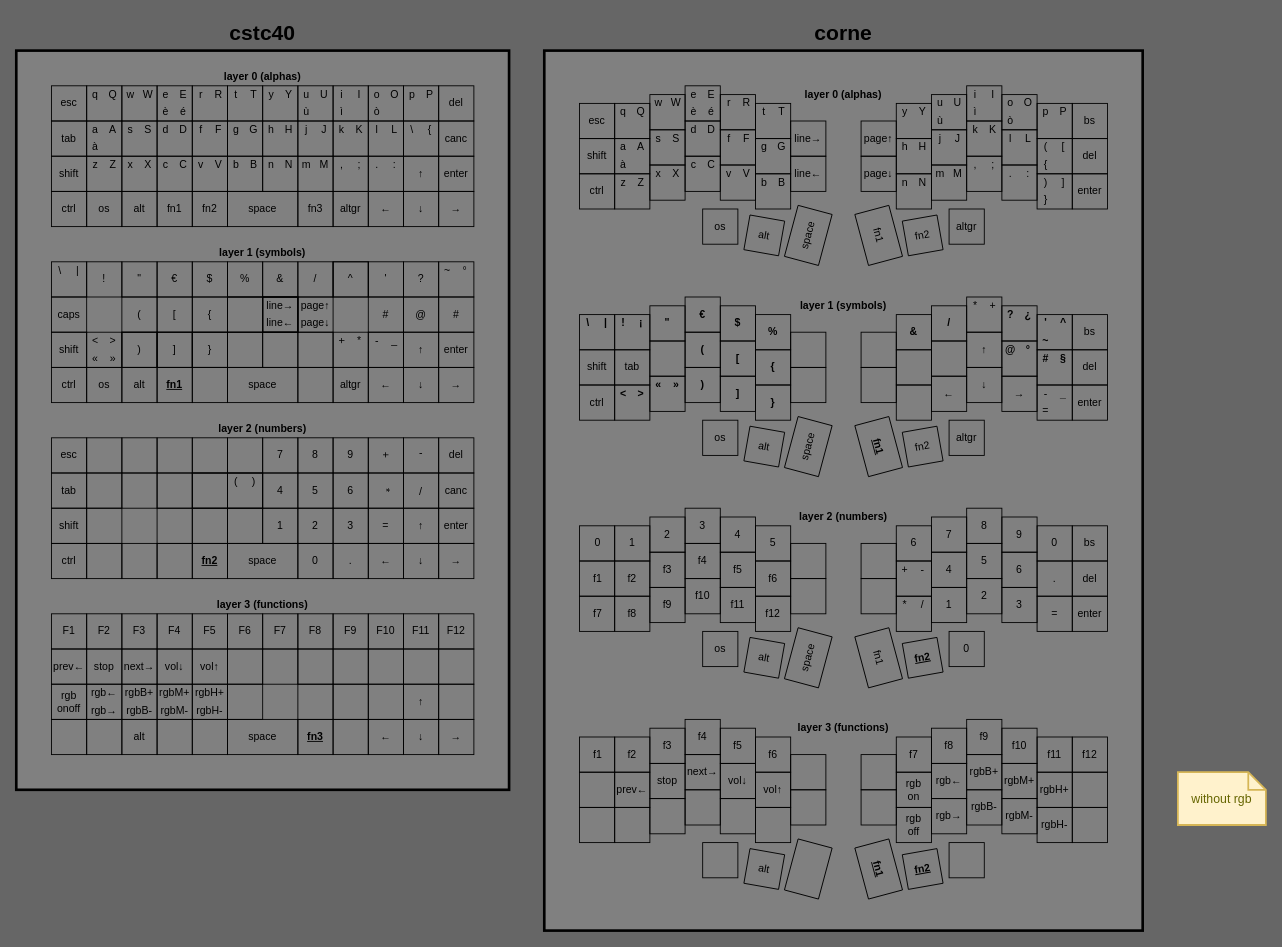
dellarosciagiorgio/crkbd keeps this draw.io diagram as layouts.dio. Above is the earlier version. Source tidied: cells renumbered, new cells numbered last; positions are measured from the earlier drawing's top-left corner, leaving out a move shared by most shapes. Both pictures are drawn from the tidied source at 88%, with x=0, y=0 at pixel (16, 15).
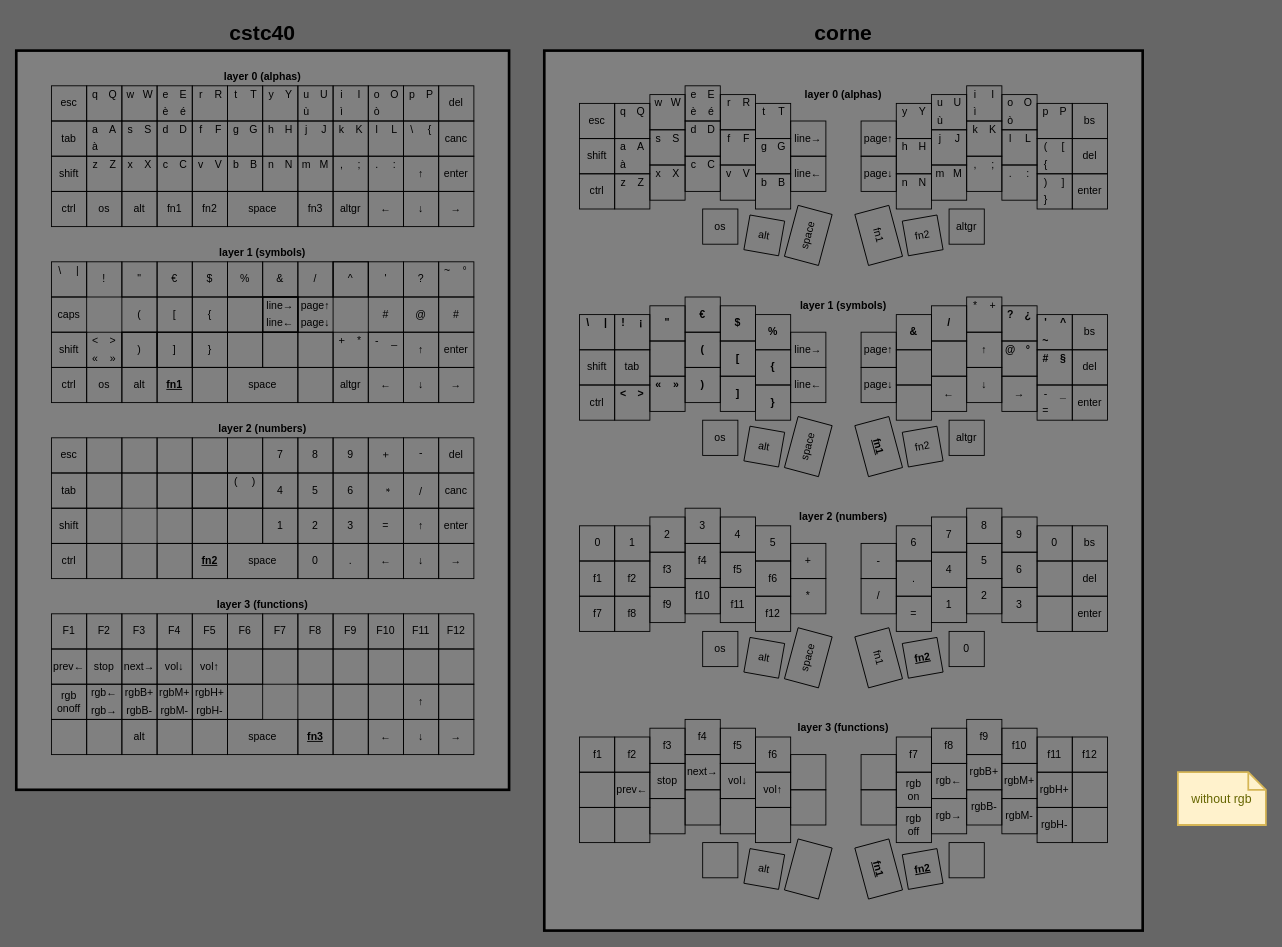
After the change.

The change refers to these unchanged cells:
```xml
<mxCell id="555" style="group;" parent="1" vertex="1">
  <mxGeometry x="600" width="680" height="1040" as="geometry" />
</mxCell>
```

What changed in the source:
```diff
@@
     <mxCell id="894" value="+" style="text;html=1;strokeColor=none;fillColor=none;align=center;verticalAlign=middle;whiteSpace=wrap;rounded=0;strokeWidth=1;fontFamily=Cascadia Code;fontColor=#000000;" parent="555" vertex="1">
-      <mxGeometry x="400" y="620" width="20" height="20" as="geometry" />
+      <mxGeometry x="290" y="610" width="20" height="20" as="geometry" />
     </mxCell>
     <mxCell id="895" value="*" style="text;html=1;strokeColor=none;fillColor=none;align=center;verticalAlign=middle;whiteSpace=wrap;rounded=0;strokeWidth=1;fontFamily=Cascadia Code;fontColor=#000000;" parent="555" vertex="1">
-      <mxGeometry x="400" y="660" width="20" height="20" as="geometry" />
+      <mxGeometry x="290" y="650" width="20" height="20" as="geometry" />
     </mxCell>
     <mxCell id="896" value="-" style="text;html=1;strokeColor=none;fillColor=none;align=center;verticalAlign=middle;whiteSpace=wrap;rounded=0;strokeWidth=1;fontFamily=Cascadia Code;fontColor=#000000;" parent="555" vertex="1">
-      <mxGeometry x="420" y="620" width="20" height="20" as="geometry" />
+      <mxGeometry x="370" y="610" width="20" height="20" as="geometry" />
     </mxCell>
     <mxCell id="897" value="/" style="text;html=1;strokeColor=none;fillColor=none;align=center;verticalAlign=middle;whiteSpace=wrap;rounded=0;strokeWidth=1;fontFamily=Cascadia Code;fontColor=#000000;" parent="555" vertex="1">
-      <mxGeometry x="420" y="660" width="20" height="20" as="geometry" />
+      <mxGeometry x="370" y="650" width="20" height="20" as="geometry" />
     </mxCell>
@@
     <mxCell id="899" value="." style="text;html=1;strokeColor=none;fillColor=none;align=center;verticalAlign=middle;whiteSpace=wrap;rounded=0;strokeWidth=1;fontFamily=Cascadia Code;fontColor=#000000;rotation=0;" parent="555" vertex="1">
-      <mxGeometry x="570" y="630" width="20" height="20" as="geometry" />
+      <mxGeometry x="410" y="630" width="20" height="20" as="geometry" />
     </mxCell>
@@
     <mxCell id="902" value="=" style="text;html=1;strokeColor=none;fillColor=none;align=center;verticalAlign=middle;whiteSpace=wrap;rounded=0;strokeWidth=1;fontFamily=Cascadia Code;fontColor=#000000;" parent="555" vertex="1">
-      <mxGeometry x="570" y="670" width="20" height="20" as="geometry" />
+      <mxGeometry x="410" y="670" width="20" height="20" as="geometry" />
     </mxCell>
@@
+    <mxCell id="955" value="line→" style="text;html=1;strokeColor=none;fillColor=none;align=center;verticalAlign=middle;whiteSpace=wrap;rounded=0;strokeWidth=1;fontFamily=Cascadia Code;fontColor=#000000;" parent="555" vertex="1">
+      <mxGeometry x="290" y="370" width="20" height="20" as="geometry" />
+    </mxCell>
+    <mxCell id="956" value="line←" style="text;html=1;strokeColor=none;fillColor=none;align=center;verticalAlign=middle;whiteSpace=wrap;rounded=0;strokeWidth=1;fontFamily=Cascadia Code;fontColor=#000000;" parent="555" vertex="1">
+      <mxGeometry x="290" y="410" width="20" height="20" as="geometry" />
+    </mxCell>
+    <mxCell id="957" value="page↓" style="text;html=1;strokeColor=none;fillColor=none;align=center;verticalAlign=middle;whiteSpace=wrap;rounded=0;strokeWidth=1;fontFamily=Cascadia Code;fontColor=#000000;" parent="555" vertex="1">
+      <mxGeometry x="370" y="410" width="20" height="20" as="geometry" />
+    </mxCell>
+    <mxCell id="958" value="page↑&lt;br&gt;" style="text;html=1;strokeColor=none;fillColor=none;align=center;verticalAlign=middle;whiteSpace=wrap;rounded=0;strokeWidth=1;fontFamily=Cascadia Code;fontColor=#000000;" parent="555" vertex="1">
+      <mxGeometry x="370" y="370" width="20" height="20" as="geometry" />
+    </mxCell>
```
